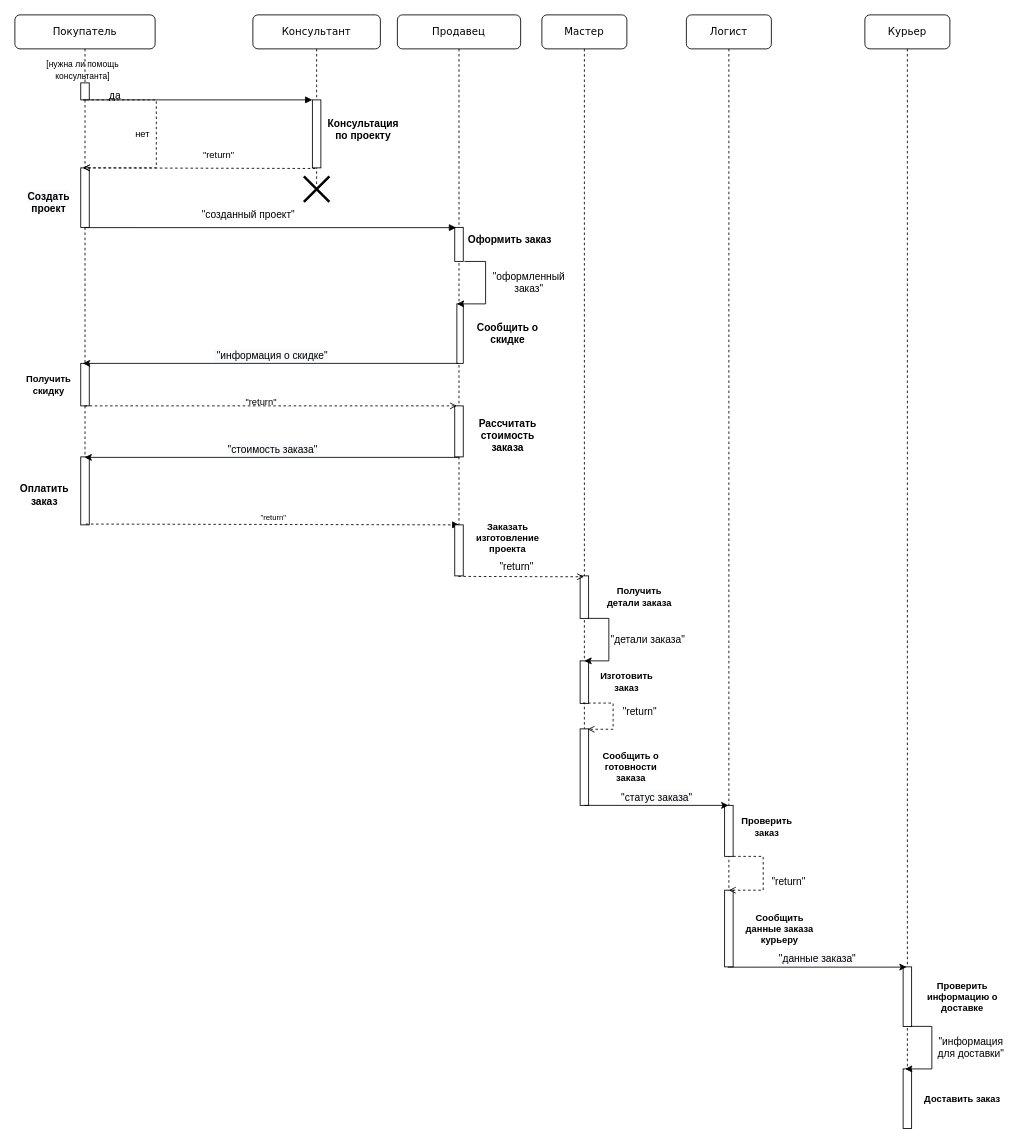
This is Диаграмма без названия.drawio from shatanov/IT-exams, a draw.io file, before an edit. Source tidied: cells renumbered, new cells numbered last; positions are measured from the earlier drawing's top-left corner, leaving out a move shared by most shapes. Both pictures are drawn from the tidied source at 85%, with x=0, y=0 at pixel (14, 14).
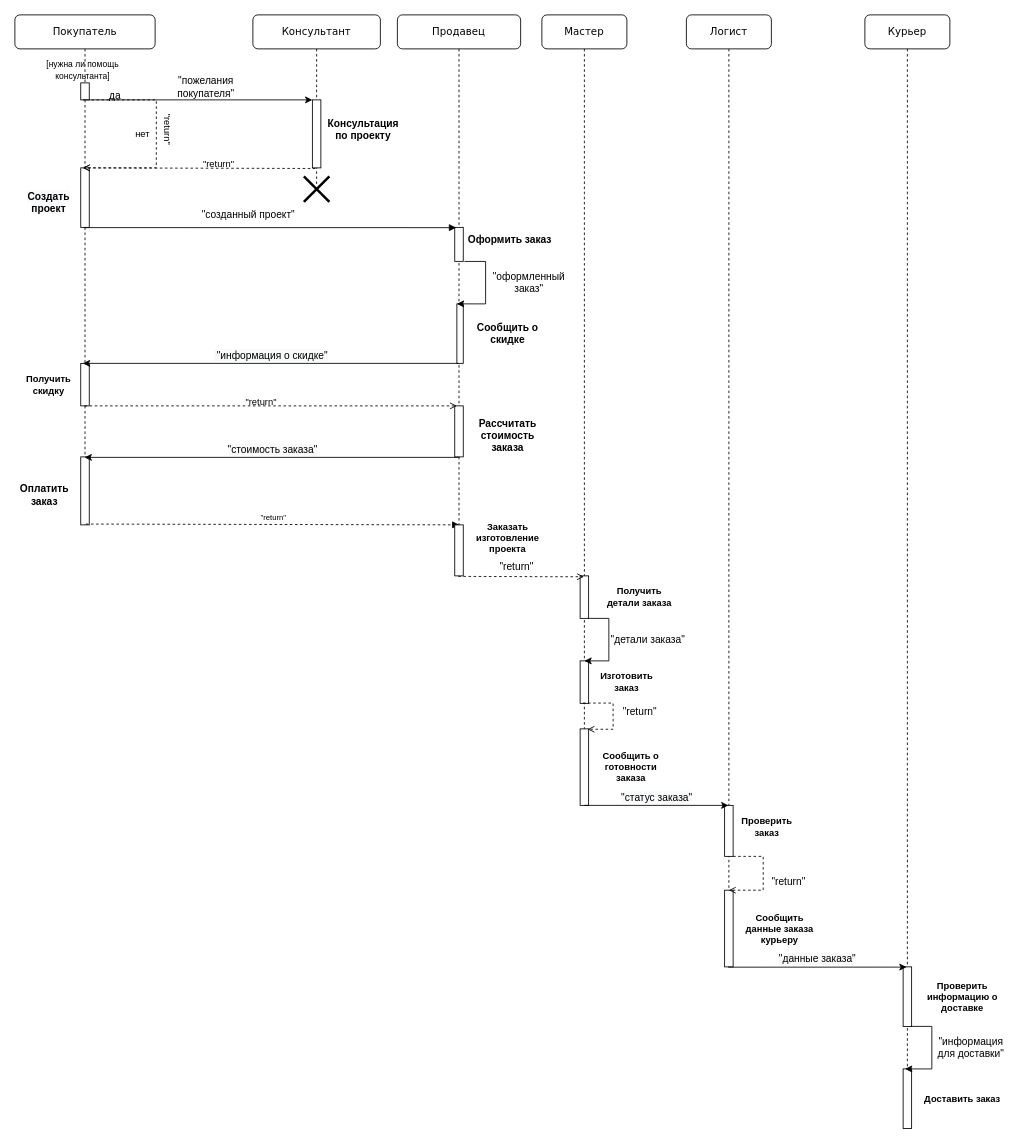
Above is the later version.

Diff of the diagram source:
```diff
@@
-    <mxCell id="37" style="html=1;verticalAlign=bottom;endArrow=block;rounded=0;" parent="1" edge="1">
+    <mxCell id="37" style="html=1;verticalAlign=bottom;endArrow=classic;rounded=0;endFill=1;" parent="1" edge="1">
       <mxGeometry relative="1" as="geometry">
         <mxPoint x="80" y="100" as="sourcePoint" />
         <mxPoint x="350" y="100" as="targetPoint" />
       </mxGeometry>
     </mxCell>
@@
     <mxCell id="39" value="&quot;return&quot;" style="text;html=1;strokeColor=none;fillColor=none;align=center;verticalAlign=middle;whiteSpace=wrap;rounded=0;fontSize=11;" parent="1" vertex="1">
-      <mxGeometry x="210" y="150" width="60" height="30" as="geometry" />
+      <mxGeometry x="210" y="160" width="60" height="30" as="geometry" />
     </mxCell>
@@
+    <mxCell id="70" value="&quot;return&quot;" style="text;html=1;strokeColor=none;fillColor=none;align=center;verticalAlign=middle;whiteSpace=wrap;rounded=0;fontSize=11;rotation=90;" parent="1" vertex="1">
+      <mxGeometry x="150" y="120" width="60" height="30" as="geometry" />
+    </mxCell>
+    <mxCell id="71" value="&quot;пожелания покупателя&quot;" style="text;html=1;strokeColor=none;fillColor=none;align=center;verticalAlign=middle;whiteSpace=wrap;rounded=0;" parent="1" vertex="1">
+      <mxGeometry x="180" y="70" width="90" height="30" as="geometry" />
+    </mxCell>
```
